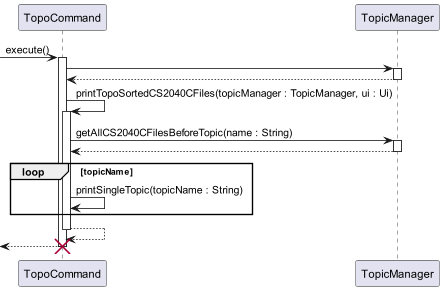
The PlantUML diagram docs/sequence-diagrams/diagrams/TopoSort.png in ong-ck/tp, before a commit.
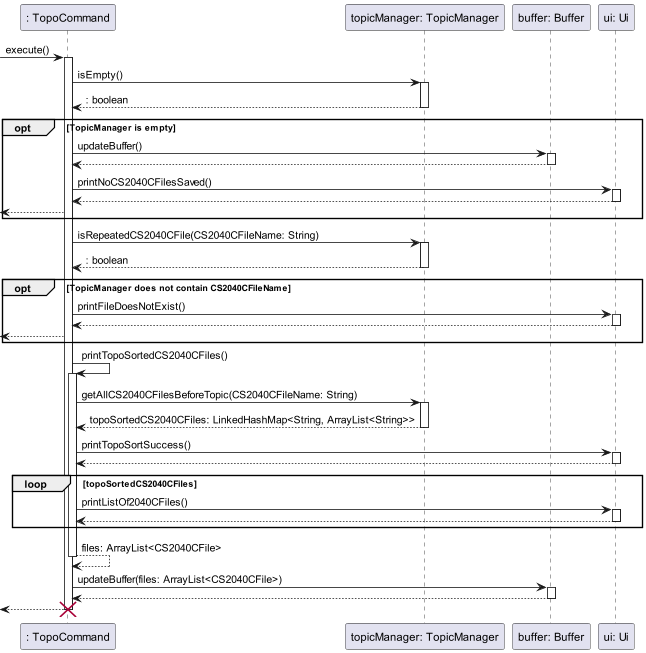
The same file after the commit.

Change to the diagram source:
```diff
@@ -1,24 +1,58 @@
 @startuml
 
-participant TopoCommand as tc
-participant TopicManager as tm
+participant ": TopoCommand" as TopoCommand
+participant "topicManager: TopicManager" as TopicManager
+participant "buffer: Buffer" as Buffer
+participant "ui: Ui" as Ui
 
--> tc : execute()
-activate tc
-tc -> tm
-activate tm
-tm --> tc
-deactivate tm
-tc -> tc : printTopoSortedCS2040CFiles(topicManager : TopicManager, ui : Ui)
-activate tc
-tc -> tm : getAllCS2040CFilesBeforeTopic(name : String)
-activate tm
-tm --> tc
-deactivate tm
-loop topicName
-    tc -> tc : printSingleTopic(topicName : String)
-end
-tc --> tc
-deactivate tc
-<-- tc !!
+-> TopoCommand : execute()
+activate TopoCommand
+    TopoCommand -> TopicManager: isEmpty()
+    activate TopicManager
+    return : boolean
+
+    opt TopicManager is empty
+        TopoCommand -> Buffer: updateBuffer()
+        activate Buffer
+        return
+
+        TopoCommand -> Ui: printNoCS2040CFilesSaved()
+        activate Ui
+        return
+        <-- TopoCommand
+    end
+
+    TopoCommand -> TopicManager: isRepeatedCS2040CFile(CS2040CFileName: String)
+    activate TopicManager
+    return : boolean
+
+    opt TopicManager does not contain CS2040CFileName
+        TopoCommand -> Ui: printFileDoesNotExist()
+        activate Ui
+        return
+        <-- TopoCommand
+    end
+
+    TopoCommand -> TopoCommand: printTopoSortedCS2040CFiles()
+    activate TopoCommand
+        TopoCommand -> TopicManager: getAllCS2040CFilesBeforeTopic(CS2040CFileName: String)
+        activate TopicManager
+        return topoSortedCS2040CFiles: LinkedHashMap<String, ArrayList<String>>
+
+        TopoCommand -> Ui: printTopoSortSuccess()
+        activate Ui
+        return
+
+        loop topoSortedCS2040CFiles
+            TopoCommand -> Ui: printListOf2040CFiles()
+            activate Ui
+            return
+        end
+    return files: ArrayList<CS2040CFile>
+
+    TopoCommand -> Buffer: updateBuffer(files: ArrayList<CS2040CFile>)
+    activate Buffer
+    return
+return
+destroy TopoCommand
 @enduml
```
